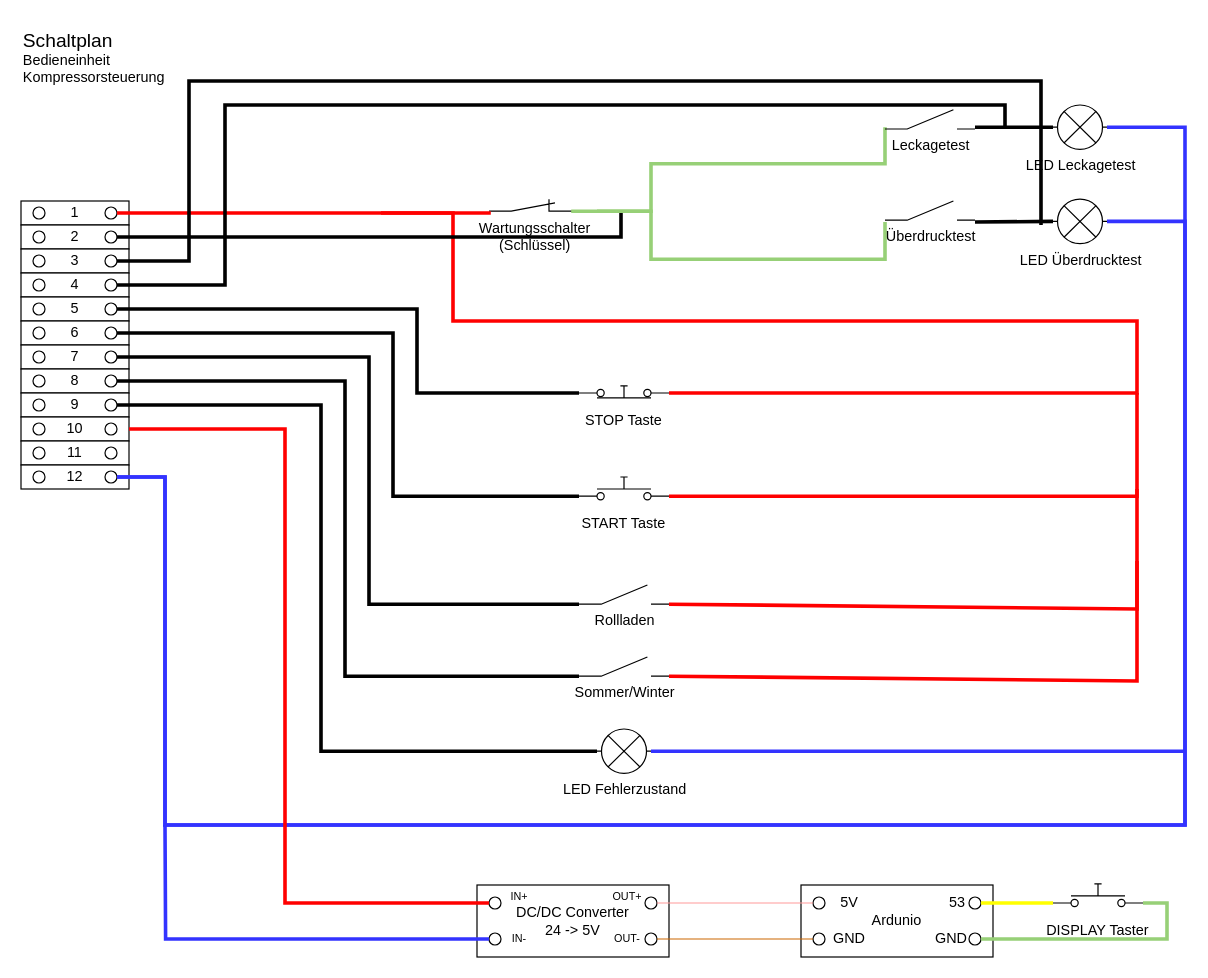
Earlier version of the draw.io diagram Dokumentation/Schaltplan_Steuereinheit.drawio (oprobst/compressor-monitor). Source tidied: cells renumbered, new cells numbered last; positions are measured from the earlier drawing's top-left corner, leaving out a move shared by most shapes. Both pictures are drawn from the tidied source at 120%, with x=0, y=0 at pixel (20, 20).
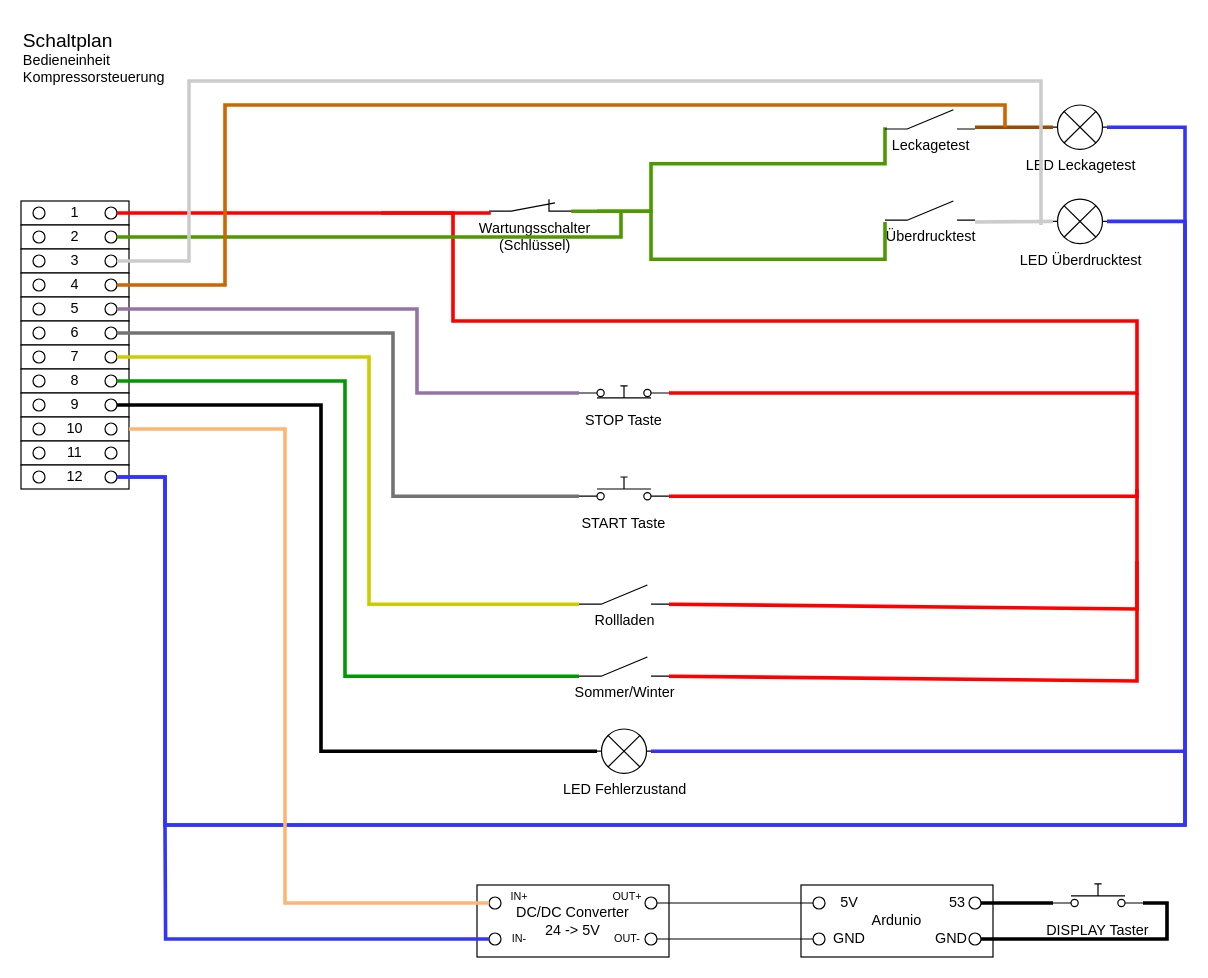
Above is the later version.

The change refers to these unchanged cells:
```xml
<mxCell id="9" style="ellipse;whiteSpace=wrap;html=1;" parent="7" vertex="1">
  <mxGeometry x="70" y="5" width="10" height="10" as="geometry" />
</mxCell>
<mxCell id="13" style="ellipse;whiteSpace=wrap;html=1;" parent="11" vertex="1">
  <mxGeometry x="70" y="5" width="10" height="10" as="geometry" />
</mxCell>
<mxCell id="17" style="ellipse;whiteSpace=wrap;html=1;" parent="15" vertex="1">
  <mxGeometry x="70" y="5" width="10" height="10" as="geometry" />
</mxCell>
<mxCell id="21" style="ellipse;whiteSpace=wrap;html=1;" parent="19" vertex="1">
  <mxGeometry x="70" y="5" width="10" height="10" as="geometry" />
</mxCell>
<mxCell id="25" style="ellipse;whiteSpace=wrap;html=1;" parent="23" vertex="1">
  <mxGeometry x="70" y="5" width="10" height="10" as="geometry" />
</mxCell>
<mxCell id="29" style="ellipse;whiteSpace=wrap;html=1;" parent="27" vertex="1">
  <mxGeometry x="70" y="5" width="10" height="10" as="geometry" />
</mxCell>
<mxCell id="33" style="ellipse;whiteSpace=wrap;html=1;" parent="31" vertex="1">
  <mxGeometry x="70" y="5" width="10" height="10" as="geometry" />
</mxCell>
<mxCell id="37" style="ellipse;whiteSpace=wrap;html=1;" parent="35" vertex="1">
  <mxGeometry x="70" y="5" width="10" height="10" as="geometry" />
</mxCell>
<mxCell id="40" value="10" style="rounded=0;whiteSpace=wrap;html=1;" parent="39" vertex="1">
  <mxGeometry width="90" height="20" as="geometry" />
</mxCell>
<mxCell id="53" value="Rollladen" style="verticalLabelPosition=bottom;shadow=0;dashed=0;align=center;html=1;verticalAlign=top;shape=mxgraph.electrical.electro-mechanical.make_contact;" parent="1" vertex="1">
  <mxGeometry x="465" y="470" width="75" height="16" as="geometry" />
</mxCell>
<mxCell id="55" value="LED Überdrucktest" style="verticalLabelPosition=bottom;shadow=0;dashed=0;align=center;html=1;verticalAlign=top;shape=mxgraph.electrical.miscellaneous.light_bulb;" parent="1" vertex="1">
  <mxGeometry x="860" y="148.5" width="45" height="37" as="geometry" />
</mxCell>
<mxCell id="57" value="&#10;&#10;&#10;&#10;STOP Taste" style="shape=mxgraph.electrical.electro-mechanical.pushbutton;elSwitchState=on;" parent="1" vertex="1">
  <mxGeometry x="465" y="294" width="75" height="20" as="geometry" />
</mxCell>
<mxCell id="59" value="&#10;&#10;&#10;&#10;START Taste" style="shape=mxgraph.electrical.electro-mechanical.pushbutton;elSwitchState=off;" parent="1" vertex="1">
  <mxGeometry x="465" y="380" width="75" height="20" as="geometry" />
</mxCell>
<mxCell id="62" style="ellipse;whiteSpace=wrap;html=1;" parent="60" vertex="1">
  <mxGeometry x="10" y="10" width="10" height="10" as="geometry" />
</mxCell>
<mxCell id="64" style="ellipse;whiteSpace=wrap;html=1;" parent="60" vertex="1">
  <mxGeometry x="140" y="10" width="10" height="10" as="geometry" />
</mxCell>
<mxCell id="65" style="ellipse;whiteSpace=wrap;html=1;" parent="60" vertex="1">
  <mxGeometry x="140" y="40" width="10" height="10" as="geometry" />
</mxCell>
<mxCell id="75" value="LED Leckagetest" style="verticalLabelPosition=bottom;shadow=0;dashed=0;align=center;html=1;verticalAlign=top;shape=mxgraph.electrical.miscellaneous.light_bulb;" parent="1" vertex="1">
  <mxGeometry x="860" y="70" width="45" height="37" as="geometry" />
</mxCell>
<mxCell id="83" value="Sommer/Winter" style="verticalLabelPosition=bottom;shadow=0;dashed=0;align=center;html=1;verticalAlign=top;shape=mxgraph.electrical.electro-mechanical.make_contact;" parent="1" vertex="1">
  <mxGeometry x="465" y="530" width="75" height="16" as="geometry" />
</mxCell>
<mxCell id="87" value="LED Fehlerzustand" style="verticalLabelPosition=bottom;shadow=0;dashed=0;align=center;html=1;verticalAlign=top;shape=mxgraph.electrical.miscellaneous.light_bulb;" parent="1" vertex="1">
  <mxGeometry x="480" y="590" width="45" height="37" as="geometry" />
</mxCell>
<mxCell id="93" style="ellipse;whiteSpace=wrap;html=1;" parent="91" vertex="1">
  <mxGeometry x="10" y="10" width="10" height="10" as="geometry" />
</mxCell>
<mxCell id="94" style="ellipse;whiteSpace=wrap;html=1;" parent="91" vertex="1">
  <mxGeometry x="10" y="40" width="10" height="10" as="geometry" />
</mxCell>
<mxCell id="95" style="ellipse;whiteSpace=wrap;html=1;" parent="91" vertex="1">
  <mxGeometry x="140" y="10" width="10" height="10" as="geometry" />
</mxCell>
<mxCell id="96" style="ellipse;whiteSpace=wrap;html=1;" parent="91" vertex="1">
  <mxGeometry x="140" y="40" width="10" height="10" as="geometry" />
</mxCell>
<mxCell id="104" value="&#10;&#10;&#10;&#10;DISPLAY Taster" style="shape=mxgraph.electrical.electro-mechanical.pushbutton;elSwitchState=off;" parent="1" vertex="1">
  <mxGeometry x="860" y="719" width="75" height="20" as="geometry" />
</mxCell>
```

What changed in the source:
```diff
@@
-    <mxCell id="51" style="edgeStyle=orthogonalEdgeStyle;rounded=0;orthogonalLoop=1;jettySize=auto;html=1;entryX=0;entryY=1;entryDx=0;entryDy=0;entryPerimeter=0;endArrow=none;endFill=0;strokeColor=#97D077;strokeWidth=3;" parent="1" edge="1">
+    <mxCell id="51" style="edgeStyle=orthogonalEdgeStyle;rounded=0;orthogonalLoop=1;jettySize=auto;html=1;entryX=0;entryY=1;entryDx=0;entryDy=0;entryPerimeter=0;endArrow=none;endFill=0;strokeColor=#4D9900;strokeWidth=3;" parent="1" edge="1">
       <mxGeometry relative="1" as="geometry">
         <mxPoint x="480" y="158.5" as="sourcePoint" />
         <mxPoint x="720" y="88.5" as="targetPoint" />
         <Array as="points">
           <mxPoint x="525" y="159" />
           <mxPoint x="525" y="119" />
           <mxPoint x="720" y="119" />
           <mxPoint x="720" y="89" />
         </Array>
       </mxGeometry>
     </mxCell>
@@
-    <mxCell id="56" style="edgeStyle=orthogonalEdgeStyle;rounded=0;jettySize=auto;html=1;endArrow=none;endFill=0;entryX=1;entryY=0.5;entryDx=0;entryDy=0;exitX=0;exitY=0.8;exitDx=0;exitDy=0;exitPerimeter=0;strokeWidth=3;" parent="1" edge="1" source="57" target="21">
+    <mxCell id="56" style="edgeStyle=orthogonalEdgeStyle;rounded=0;jettySize=auto;html=1;endArrow=none;endFill=0;entryX=1;entryY=0.5;entryDx=0;entryDy=0;exitX=0;exitY=0.8;exitDx=0;exitDy=0;exitPerimeter=0;strokeWidth=3;fillColor=#e1d5e7;strokeColor=#9673a6;" parent="1" edge="1" source="57" target="21">
       <mxGeometry relative="1" as="geometry">
         <Array as="points">
           <mxPoint x="330" y="310" />
           <mxPoint x="330" y="240" />
         </Array>
       </mxGeometry>
     </mxCell>
@@
-    <mxCell id="58" style="edgeStyle=orthogonalEdgeStyle;rounded=0;jettySize=auto;html=1;exitX=0;exitY=0.8;exitDx=0;exitDy=0;endArrow=none;endFill=0;entryX=1;entryY=0.5;entryDx=0;entryDy=0;strokeWidth=3;" parent="1" edge="1" source="59" target="25">
+    <mxCell id="58" style="edgeStyle=orthogonalEdgeStyle;rounded=0;jettySize=auto;html=1;exitX=0;exitY=0.8;exitDx=0;exitDy=0;endArrow=none;endFill=0;entryX=1;entryY=0.5;entryDx=0;entryDy=0;strokeWidth=3;strokeColor=#737373;" parent="1" edge="1" source="59" target="25">
       <mxGeometry relative="1" as="geometry">
         <Array as="points">
           <mxPoint x="310" y="396" />
           <mxPoint x="310" y="260" />
         </Array>
       </mxGeometry>
     </mxCell>
@@
-    <mxCell id="71" style="edgeStyle=orthogonalEdgeStyle;rounded=0;jettySize=auto;html=1;exitX=1;exitY=1;exitDx=0;exitDy=0;exitPerimeter=0;entryX=0;entryY=0.5;entryDx=0;entryDy=0;entryPerimeter=0;endArrow=none;endFill=0;strokeColor=#000000;strokeWidth=3;" parent="1" edge="1" target="75">
+    <mxCell id="71" style="edgeStyle=orthogonalEdgeStyle;rounded=0;jettySize=auto;html=1;exitX=1;exitY=1;exitDx=0;exitDy=0;exitPerimeter=0;entryX=0;entryY=0.5;entryDx=0;entryDy=0;entryPerimeter=0;endArrow=none;endFill=0;strokeColor=#994C00;strokeWidth=3;" parent="1" edge="1" target="75">
       <mxGeometry relative="1" as="geometry">
         <mxPoint x="795" y="88.5" as="sourcePoint" />
         <Array as="points">
           <mxPoint x="850" y="88.5" />
           <mxPoint x="850" y="88.5" />
         </Array>
       </mxGeometry>
     </mxCell>
-    <mxCell id="72" style="edgeStyle=orthogonalEdgeStyle;rounded=0;jettySize=auto;html=1;entryX=0;entryY=0.5;entryDx=0;entryDy=0;entryPerimeter=0;endArrow=none;endFill=0;exitX=1;exitY=1;exitDx=0;exitDy=0;exitPerimeter=0;strokeColor=#000000;strokeWidth=3;" parent="1" edge="1" target="55">
+    <mxCell id="72" style="edgeStyle=orthogonalEdgeStyle;rounded=0;jettySize=auto;html=1;entryX=0;entryY=0.5;entryDx=0;entryDy=0;entryPerimeter=0;endArrow=none;endFill=0;exitX=1;exitY=1;exitDx=0;exitDy=0;exitPerimeter=0;strokeColor=#CCCCCC;strokeWidth=3;fillColor=#f5f5f5;" parent="1" edge="1" target="55">
       <mxGeometry relative="1" as="geometry">
         <mxPoint x="795" y="167.5" as="sourcePoint" />
         <Array as="points">
           <mxPoint x="795" y="167.5" />
           <mxPoint x="828" y="167.5" />
         </Array>
       </mxGeometry>
     </mxCell>
-    <mxCell id="73" style="edgeStyle=orthogonalEdgeStyle;rounded=0;orthogonalLoop=1;jettySize=auto;html=1;entryX=0;entryY=1;entryDx=0;entryDy=0;entryPerimeter=0;endArrow=none;endFill=0;strokeColor=#97D077;strokeWidth=3;" parent="1" edge="1">
+    <mxCell id="73" style="edgeStyle=orthogonalEdgeStyle;rounded=0;orthogonalLoop=1;jettySize=auto;html=1;entryX=0;entryY=1;entryDx=0;entryDy=0;entryPerimeter=0;endArrow=none;endFill=0;strokeColor=#4D9900;strokeWidth=3;" parent="1" edge="1">
       <mxGeometry relative="1" as="geometry">
         <mxPoint x="460" y="160" as="sourcePoint" />
         <mxPoint x="720" y="167.5" as="targetPoint" />
         <Array as="points">
           <mxPoint x="525" y="158.5" />
           <mxPoint x="525" y="198.5" />
         </Array>
       </mxGeometry>
     </mxCell>
@@
-    <mxCell id="78" style="endArrow=none;html=1;rounded=0;exitX=1;exitY=0.5;exitDx=0;exitDy=0;strokeWidth=3;" parent="1" edge="1" source="9">
+    <mxCell id="78" style="endArrow=none;html=1;rounded=0;exitX=1;exitY=0.5;exitDx=0;exitDy=0;strokeWidth=3;strokeColor=#4D9900;" parent="1" edge="1" source="9">
       <mxGeometry relative="1" as="geometry">
         <mxPoint x="500" y="160" as="targetPoint" />
         <Array as="points">
           <mxPoint x="500" y="180" />
         </Array>
       </mxGeometry>
     </mxCell>
-    <mxCell id="79" style="endArrow=none;html=1;rounded=0;exitX=1;exitY=0.5;exitDx=0;exitDy=0;strokeColor=#000000;strokeWidth=3;" parent="1" edge="1" source="17">
+    <mxCell id="79" style="endArrow=none;html=1;rounded=0;exitX=1;exitY=0.5;exitDx=0;exitDy=0;strokeColor=#CC6600;strokeWidth=3;" parent="1" edge="1" source="17">
       <mxGeometry relative="1" as="geometry">
         <mxPoint x="820" y="88.5" as="targetPoint" />
         <Array as="points">
           <mxPoint x="170" y="220" />
           <mxPoint x="170" y="70" />
           <mxPoint x="820" y="70" />
         </Array>
       </mxGeometry>
     </mxCell>
-    <mxCell id="80" style="endArrow=none;html=1;rounded=0;exitX=1;exitY=0.5;exitDx=0;exitDy=0;strokeColor=#000000;strokeWidth=3;" parent="1" edge="1" source="13">
+    <mxCell id="80" style="endArrow=none;html=1;rounded=0;exitX=1;exitY=0.5;exitDx=0;exitDy=0;strokeColor=#CCCCCC;strokeWidth=3;fillColor=#f5f5f5;" parent="1" edge="1" source="13">
       <mxGeometry relative="1" as="geometry">
         <mxPoint x="850" y="170" as="targetPoint" />
         <Array as="points">
           <mxPoint x="140" y="200" />
           <mxPoint x="140" y="50" />
           <mxPoint x="850" y="50" />
         </Array>
       </mxGeometry>
     </mxCell>
@@
-    <mxCell id="82" style="endArrow=none;html=1;rounded=0;exitX=1;exitY=0.5;exitDx=0;exitDy=0;entryX=0;entryY=1;entryDx=0;entryDy=0;entryPerimeter=0;strokeWidth=3;" parent="1" edge="1" source="29" target="53">
+    <mxCell id="82" style="endArrow=none;html=1;rounded=0;exitX=1;exitY=0.5;exitDx=0;exitDy=0;entryX=0;entryY=1;entryDx=0;entryDy=0;entryPerimeter=0;strokeWidth=3;strokeColor=#CCCC00;" parent="1" edge="1" source="29" target="53">
       <mxGeometry relative="1" as="geometry">
         <Array as="points">
           <mxPoint x="290" y="280" />
           <mxPoint x="290" y="486" />
         </Array>
       </mxGeometry>
     </mxCell>
@@
-    <mxCell id="85" style="endArrow=none;html=1;rounded=0;exitX=1;exitY=0.5;exitDx=0;exitDy=0;entryX=0;entryY=1;entryDx=0;entryDy=0;entryPerimeter=0;strokeWidth=3;" parent="1" edge="1" source="33" target="83">
+    <mxCell id="85" style="endArrow=none;html=1;rounded=0;exitX=1;exitY=0.5;exitDx=0;exitDy=0;entryX=0;entryY=1;entryDx=0;entryDy=0;entryPerimeter=0;strokeWidth=3;strokeColor=#009900;" parent="1" edge="1" source="33" target="83">
       <mxGeometry relative="1" as="geometry">
         <Array as="points">
           <mxPoint x="270" y="300" />
           <mxPoint x="270" y="546" />
         </Array>
       </mxGeometry>
     </mxCell>
@@
-    <mxCell id="88" style="edgeStyle=orthogonalEdgeStyle;rounded=0;jettySize=auto;html=1;entryX=0;entryY=0.5;entryDx=0;entryDy=0;entryPerimeter=0;endArrow=none;endFill=0;strokeWidth=3;" parent="1" edge="1" source="37" target="87">
+    <mxCell id="88" style="edgeStyle=orthogonalEdgeStyle;rounded=0;jettySize=auto;html=1;entryX=0;entryY=0.5;entryDx=0;entryDy=0;entryPerimeter=0;endArrow=none;endFill=0;strokeWidth=3;strokeColor=#000000;" parent="1" edge="1" source="37" target="87">
       <mxGeometry relative="1" as="geometry">
         <Array as="points">
           <mxPoint x="250" y="320" />
           <mxPoint x="250" y="609" />
         </Array>
       </mxGeometry>
     </mxCell>
-    <mxCell id="89" style="edgeStyle=orthogonalEdgeStyle;rounded=0;jettySize=auto;html=1;entryX=0;entryY=0.5;entryDx=0;entryDy=0;endArrow=none;endFill=0;strokeColor=#FF0000;strokeWidth=3;" parent="1" edge="1" source="40" target="62">
+    <mxCell id="89" style="edgeStyle=orthogonalEdgeStyle;rounded=0;jettySize=auto;html=1;entryX=0;entryY=0.5;entryDx=0;entryDy=0;endArrow=none;endFill=0;strokeColor=#FFB570;strokeWidth=3;" parent="1" edge="1" source="40" target="62">
       <mxGeometry relative="1" as="geometry">
         <Array as="points">
           <mxPoint x="220" y="340" />
           <mxPoint x="220" y="735" />
         </Array>
       </mxGeometry>
     </mxCell>
@@
-    <mxCell id="101" style="edgeStyle=orthogonalEdgeStyle;rounded=0;jettySize=auto;html=1;exitX=1;exitY=0.5;exitDx=0;exitDy=0;entryX=0;entryY=0.5;entryDx=0;entryDy=0;endArrow=none;endFill=0;strokeColor=#FF9999;" parent="1" edge="1" source="64" target="93">
+    <mxCell id="101" style="edgeStyle=orthogonalEdgeStyle;rounded=0;jettySize=auto;html=1;exitX=1;exitY=0.5;exitDx=0;exitDy=0;entryX=0;entryY=0.5;entryDx=0;entryDy=0;endArrow=none;endFill=0;strokeColor=#000000;fillColor=#ffe6cc;" parent="1" edge="1" source="64" target="93">
       <mxGeometry relative="1" as="geometry" />
     </mxCell>
-    <mxCell id="102" style="edgeStyle=orthogonalEdgeStyle;rounded=0;jettySize=auto;html=1;entryX=0;entryY=0.5;entryDx=0;entryDy=0;endArrow=none;endFill=0;strokeColor=#CC6600;" parent="1" edge="1" source="65" target="94">
+    <mxCell id="102" style="edgeStyle=orthogonalEdgeStyle;rounded=0;jettySize=auto;html=1;entryX=0;entryY=0.5;entryDx=0;entryDy=0;endArrow=none;endFill=0;strokeColor=#000000;" parent="1" edge="1" source="65" target="94">
       <mxGeometry relative="1" as="geometry" />
     </mxCell>
-    <mxCell id="103" style="edgeStyle=orthogonalEdgeStyle;rounded=0;jettySize=auto;html=1;exitX=1;exitY=0.8;exitDx=0;exitDy=0;entryX=1;entryY=0.5;entryDx=0;entryDy=0;endArrow=none;endFill=0;strokeColor=#97D077;strokeWidth=3;" parent="1" edge="1" source="104" target="96">
+    <mxCell id="103" style="edgeStyle=orthogonalEdgeStyle;rounded=0;jettySize=auto;html=1;exitX=1;exitY=0.8;exitDx=0;exitDy=0;entryX=1;entryY=0.5;entryDx=0;entryDy=0;endArrow=none;endFill=0;strokeColor=#000000;strokeWidth=3;fillColor=#f8cecc;" parent="1" edge="1" source="104" target="96">
       <mxGeometry relative="1" as="geometry" />
     </mxCell>
@@
-    <mxCell id="105" style="edgeStyle=orthogonalEdgeStyle;rounded=0;jettySize=auto;html=1;entryX=0;entryY=0.8;entryDx=0;entryDy=0;endArrow=none;endFill=0;strokeColor=#FFFF00;strokeWidth=3;" parent="1" edge="1" source="95" target="104">
+    <mxCell id="105" style="edgeStyle=orthogonalEdgeStyle;rounded=0;jettySize=auto;html=1;entryX=0;entryY=0.8;entryDx=0;entryDy=0;endArrow=none;endFill=0;strokeColor=#000000;strokeWidth=3;fillColor=#f8cecc;" parent="1" edge="1" source="95" target="104">
       <mxGeometry relative="1" as="geometry" />
     </mxCell>
```
